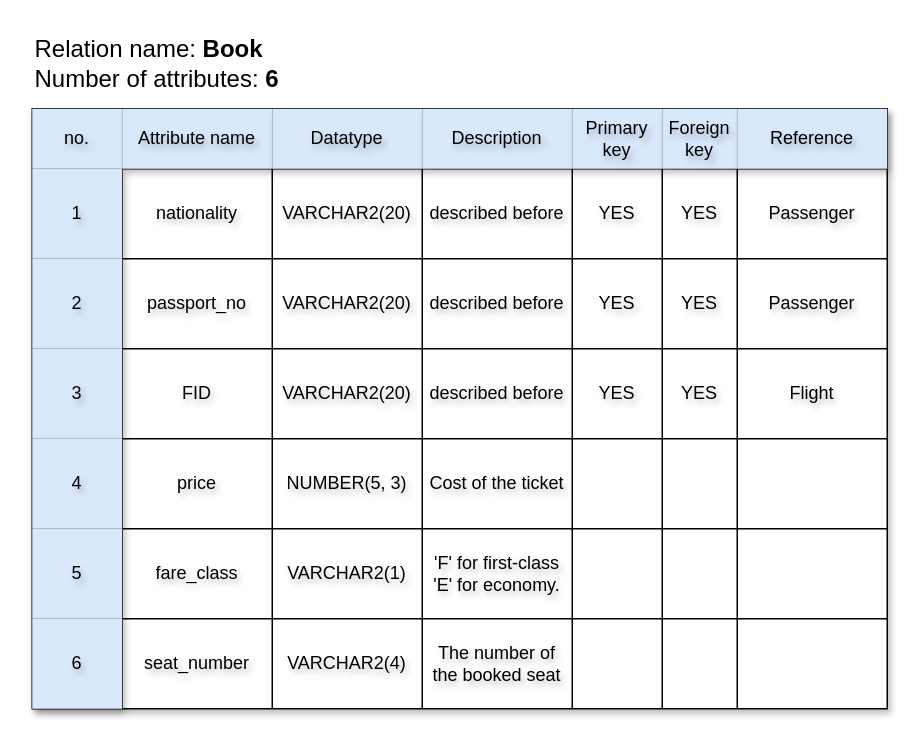
Earlier version of the draw.io diagram page "Book_data_dictionary" (7 of 8) of Airport-DBMS.drawio (AbdullahKhkmba/Airport-DBMS). Source tidied: cells renumbered, new cells numbered last; positions are measured from the earlier drawing's top-left corner, leaving out a move shared by most shapes. Both pictures are drawn from the tidied source at 150%, with x=0, y=0 at pixel (32, 26).
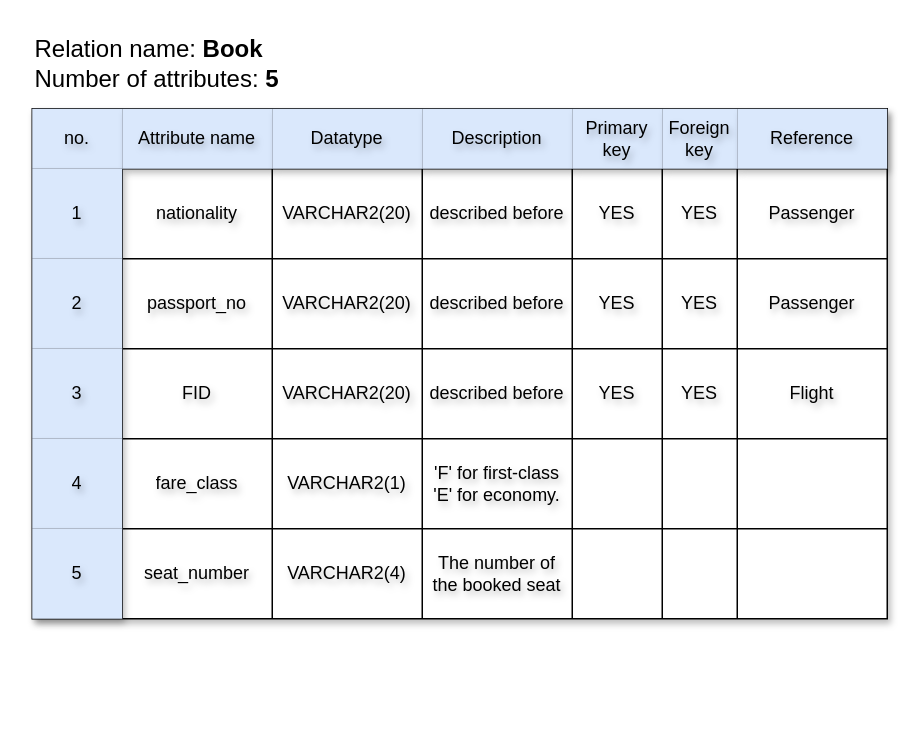
Above is the later version.

Change to the diagram source:
```diff
@@
     <mxCell id="2" style="shape=table;startSize=0;childLayout=tableLayout;rounded=1;shadow=1;textShadow=1;swimlaneFillColor=none;" parent="1" vertex="1">
-      <mxGeometry y="55" width="570" height="400" as="geometry" />
+      <mxGeometry y="55" width="570" height="340" as="geometry" />
     </mxCell>
@@
-    <mxCell id="35" style="shape=tableRow;horizontal=0;startSize=0;swimlaneHead=0;swimlaneBody=0;strokeColor=inherit;top=0;left=0;bottom=0;right=0;fillColor=none;rounded=1;shadow=1;textShadow=1;swimlaneFillColor=none;" parent="2" vertex="1">
-      <mxGeometry y="220" width="570" height="60" as="geometry" />
-    </mxCell>
-    <mxCell id="36" value="4" style="shape=partialRectangle;html=1;whiteSpace=wrap;strokeColor=#6c8ebf;overflow=hidden;fillColor=#dae8fc;top=0;left=0;bottom=0;right=0;rounded=1;shadow=1;textShadow=1;swimlaneFillColor=none;" parent="35" vertex="1">
-      <mxGeometry width="60" height="60" as="geometry" />
-    </mxCell>
-    <mxCell id="37" value="price" style="shape=partialRectangle;html=1;whiteSpace=wrap;strokeColor=inherit;overflow=hidden;fillColor=none;top=0;left=0;bottom=0;right=0;rounded=1;shadow=1;textShadow=1;swimlaneFillColor=none;" parent="35" vertex="1">
-      <mxGeometry x="60" width="100" height="60" as="geometry" />
-    </mxCell>
-    <mxCell id="38" value="NUMBER(5, 3)" style="shape=partialRectangle;html=1;whiteSpace=wrap;strokeColor=inherit;overflow=hidden;fillColor=none;top=0;left=0;bottom=0;right=0;rounded=1;shadow=1;textShadow=1;swimlaneFillColor=none;" parent="35" vertex="1">
-      <mxGeometry x="160" width="100" height="60" as="geometry" />
-    </mxCell>
-    <mxCell id="39" value="Cost of the ticket" style="shape=partialRectangle;html=1;whiteSpace=wrap;strokeColor=inherit;overflow=hidden;fillColor=none;top=0;left=0;bottom=0;right=0;rounded=1;shadow=1;textShadow=1;swimlaneFillColor=none;" parent="35" vertex="1">
-      <mxGeometry x="260" width="100" height="60" as="geometry" />
-    </mxCell>
-    <mxCell id="40" style="shape=partialRectangle;html=1;whiteSpace=wrap;strokeColor=inherit;overflow=hidden;fillColor=none;top=0;left=0;bottom=0;right=0;rounded=1;shadow=1;textShadow=1;swimlaneFillColor=none;" parent="35" vertex="1">
-      <mxGeometry x="360" width="60" height="60" as="geometry" />
-    </mxCell>
-    <mxCell id="41" style="shape=partialRectangle;html=1;whiteSpace=wrap;strokeColor=inherit;overflow=hidden;fillColor=none;top=0;left=0;bottom=0;right=0;rounded=1;shadow=1;textShadow=1;swimlaneFillColor=none;" parent="35" vertex="1">
-      <mxGeometry x="420" width="50" height="60" as="geometry" />
-    </mxCell>
-    <mxCell id="42" style="shape=partialRectangle;html=1;whiteSpace=wrap;strokeColor=inherit;overflow=hidden;fillColor=none;top=0;left=0;bottom=0;right=0;rounded=1;shadow=1;textShadow=1;swimlaneFillColor=none;" parent="35" vertex="1">
-      <mxGeometry x="470" width="100" height="60" as="geometry" />
-    </mxCell>
     <mxCell id="43" style="shape=tableRow;horizontal=0;startSize=0;swimlaneHead=0;swimlaneBody=0;strokeColor=inherit;top=0;left=0;bottom=0;right=0;fillColor=none;rounded=1;shadow=1;textShadow=1;swimlaneFillColor=none;" parent="2" vertex="1">
-      <mxGeometry y="280" width="570" height="60" as="geometry" />
+      <mxGeometry y="220" width="570" height="60" as="geometry" />
     </mxCell>
-    <mxCell id="44" value="5" style="shape=partialRectangle;html=1;whiteSpace=wrap;strokeColor=#6c8ebf;overflow=hidden;fillColor=#dae8fc;top=0;left=0;bottom=0;right=0;rounded=1;shadow=1;textShadow=1;swimlaneFillColor=none;" parent="43" vertex="1">
+    <mxCell id="44" value="4" style="shape=partialRectangle;html=1;whiteSpace=wrap;strokeColor=#6c8ebf;overflow=hidden;fillColor=#dae8fc;top=0;left=0;bottom=0;right=0;rounded=1;shadow=1;textShadow=1;swimlaneFillColor=none;" parent="43" vertex="1">
       <mxGeometry width="60" height="60" as="geometry" />
     </mxCell>
@@
     <mxCell id="51" style="shape=tableRow;horizontal=0;startSize=0;swimlaneHead=0;swimlaneBody=0;strokeColor=inherit;top=0;left=0;bottom=0;right=0;fillColor=none;rounded=1;shadow=1;textShadow=1;swimlaneFillColor=none;" parent="2" vertex="1">
-      <mxGeometry y="340" width="570" height="60" as="geometry" />
+      <mxGeometry y="280" width="570" height="60" as="geometry" />
     </mxCell>
-    <mxCell id="52" value="6" style="shape=partialRectangle;html=1;whiteSpace=wrap;strokeColor=#6c8ebf;overflow=hidden;fillColor=#dae8fc;top=0;left=0;bottom=0;right=0;rounded=1;shadow=1;textShadow=1;swimlaneFillColor=none;" parent="51" vertex="1">
+    <mxCell id="52" value="5" style="shape=partialRectangle;html=1;whiteSpace=wrap;strokeColor=#6c8ebf;overflow=hidden;fillColor=#dae8fc;top=0;left=0;bottom=0;right=0;rounded=1;shadow=1;textShadow=1;swimlaneFillColor=none;" parent="51" vertex="1">
       <mxGeometry width="60" height="60" as="geometry" />
     </mxCell>
@@
-    <mxCell id="59" value="&lt;div style=&quot;&quot;&gt;&lt;span style=&quot;font-size: 16px; background-color: initial;&quot;&gt;Relation name:&lt;/span&gt;&lt;b style=&quot;font-size: 16px; background-color: initial;&quot;&gt;&amp;nbsp;Book&lt;/b&gt;&lt;/div&gt;&lt;div style=&quot;font-size: 16px;&quot;&gt;&lt;font style=&quot;font-size: 16px;&quot;&gt;Number of attributes:&lt;b&gt;&amp;nbsp;6&lt;/b&gt;&lt;/font&gt;&lt;/div&gt;" style="text;html=1;align=left;verticalAlign=middle;strokeColor=none;fillColor=none;" parent="1" vertex="1">
+    <mxCell id="59" value="&lt;div style=&quot;&quot;&gt;&lt;span style=&quot;font-size: 16px; background-color: initial;&quot;&gt;Relation name:&lt;/span&gt;&lt;b style=&quot;font-size: 16px; background-color: initial;&quot;&gt;&amp;nbsp;Book&lt;/b&gt;&lt;/div&gt;&lt;div style=&quot;font-size: 16px;&quot;&gt;&lt;font style=&quot;font-size: 16px;&quot;&gt;Number of attributes:&lt;b&gt;&amp;nbsp;5&lt;/b&gt;&lt;/font&gt;&lt;/div&gt;" style="text;html=1;align=left;verticalAlign=middle;strokeColor=none;fillColor=none;" parent="1" vertex="1">
       <mxGeometry width="190" height="50" as="geometry" />
     </mxCell>
```
